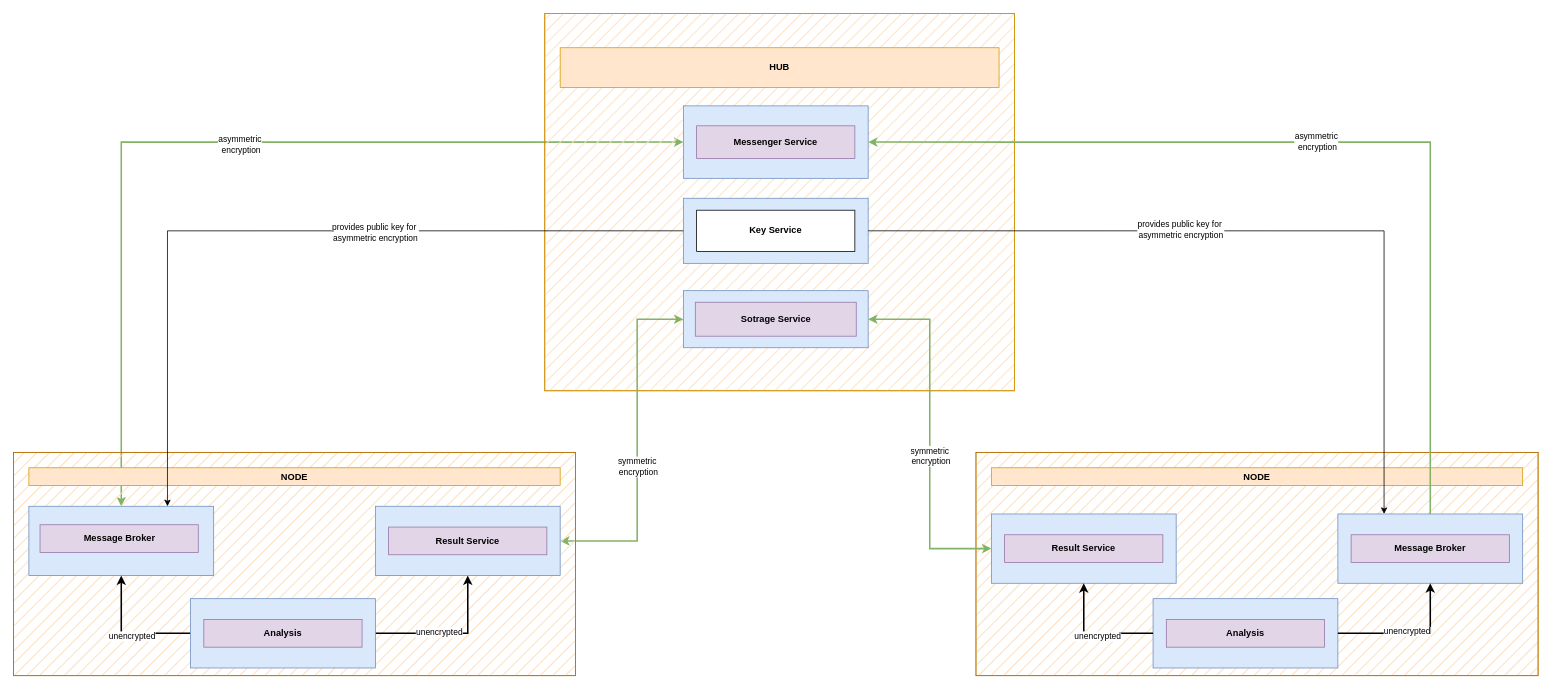
Above: architecture/communication.drawio in PrivateAIM/diagrams (draw.io), before the change. Source tidied: cells renumbered, new cells numbered last; positions are measured from the earlier drawing's top-left corner, leaving out a move shared by most shapes. Both pictures are drawn from the tidied source at 77%, with x=0, y=0 at pixel (13, 13).
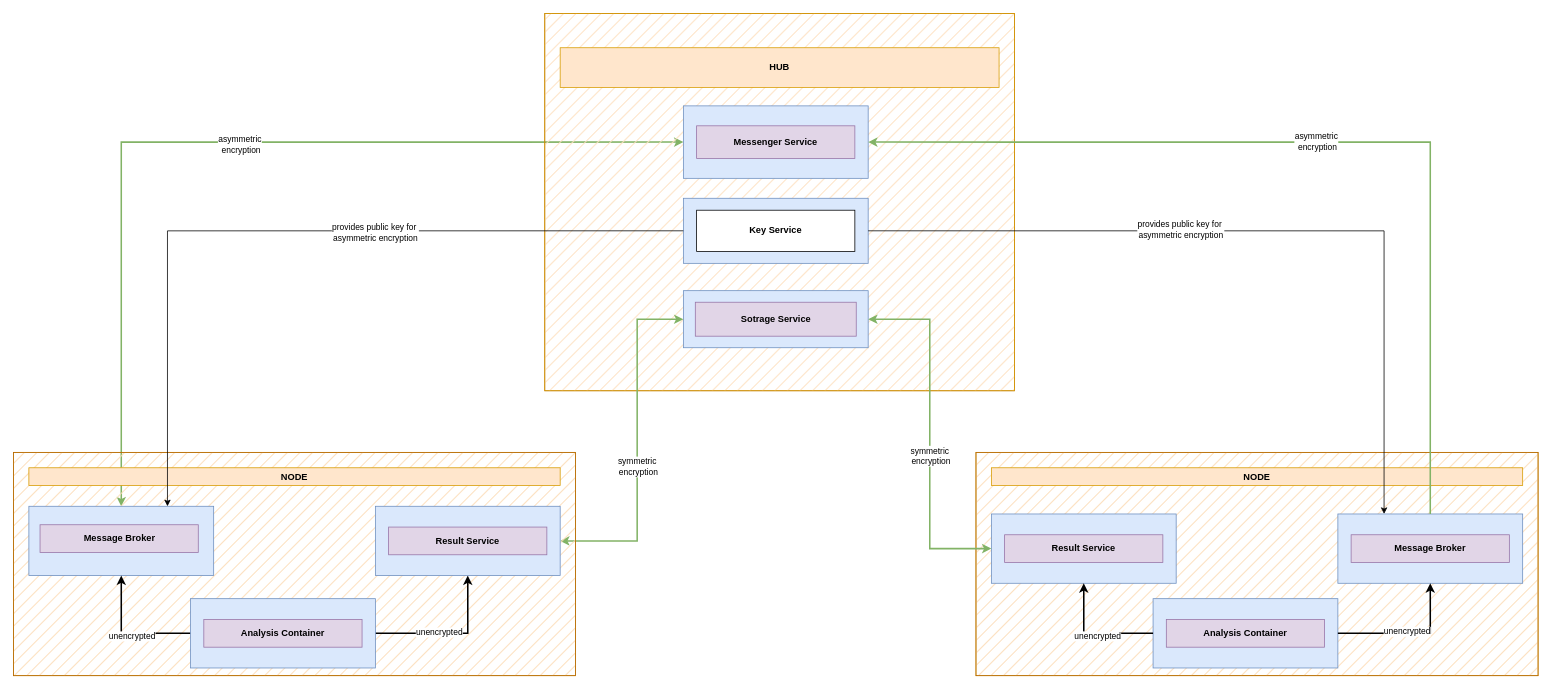
Above is the later version.

Commit message:
fix: updated analysis box label

Unchanged cells that the change refers to:
```xml
<mxCell id="19" style="group;" parent="1" vertex="1">
  <mxGeometry y="570" width="730" height="290" as="geometry" />
</mxCell>
<mxCell id="33" style="group;" parent="1" vertex="1">
  <mxGeometry x="1250" y="570" width="730" height="290" as="geometry" />
</mxCell>
```

Change to the diagram source:
```diff
@@
-    <mxCell id="32" value="&lt;b&gt;Analysis&lt;/b&gt;" style="rounded=0;whiteSpace=wrap;html=1;fillColor=#e1d5e7;strokeColor=#9673a6;" parent="19" vertex="1">
+    <mxCell id="32" value="&lt;b&gt;Analysis Container&lt;/b&gt;" style="rounded=0;whiteSpace=wrap;html=1;fillColor=#e1d5e7;strokeColor=#9673a6;" parent="19" vertex="1">
       <mxGeometry x="247.2" y="217" width="205.5" height="36" as="geometry" />
     </mxCell>
@@
-    <mxCell id="38" value="&lt;b&gt;Analysis&lt;/b&gt;" style="rounded=0;whiteSpace=wrap;html=1;fillColor=#e1d5e7;strokeColor=#9673a6;" parent="33" vertex="1">
+    <mxCell id="38" value="&lt;b&gt;Analysis Container&lt;/b&gt;" style="rounded=0;whiteSpace=wrap;html=1;fillColor=#e1d5e7;strokeColor=#9673a6;" parent="33" vertex="1">
       <mxGeometry x="247.2" y="217" width="205.5" height="36" as="geometry" />
     </mxCell>
```
